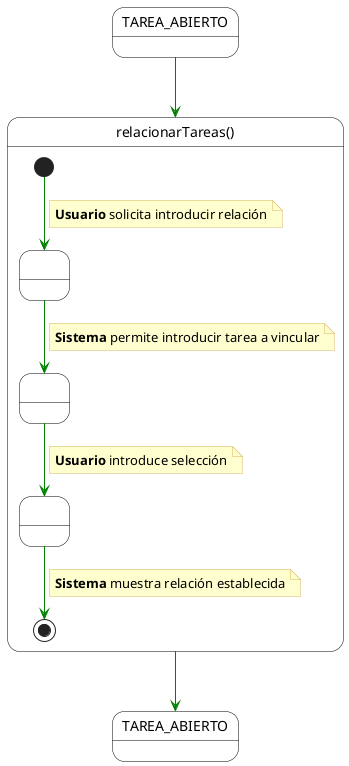
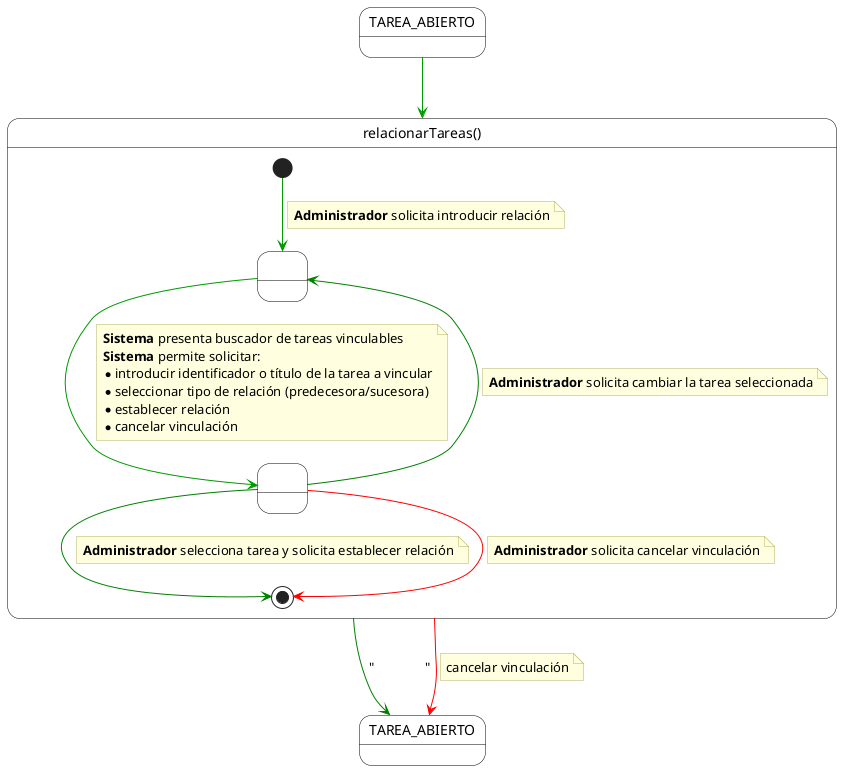
@startuml relacionarTareas
+ skinparam monochrome false
+ skinparam shadow false
+ top to bottom direction
+ 
skinparam state {
    BackgroundColor White
    BorderColor Black
-     ArrowColor #008000
- }
- skinparam note {
-     BackgroundColor #FEFECE
-     BorderColor #D7B75F
+     ArrowColor #009900
+     StartColor Black
+     EndColor Black
}

- state TAREA_ABIERTO
- state "TAREA_ABIERTO" as TAREA_ABIERTO_FINAL
+ skinparam note {
+     BackgroundColor #FFFFE0
+     BorderColor #B0B060
+     FontName Arial
+ }

- state "relacionarTareas()" as relacionarTareas {
-     state " " as Inicio <<start>>
-     state " " as Estado1
-     state " " as Estado2
-     state " " as Estado3
-     state " " as Fin <<end>>
+ state "TAREA_ABIERTO" as Inicio

-     ' Paso 1
-     Inicio --> Estado1
+ state "relacionarTareas()" as RelacionarTareasContainer {
+ 
+     state " " as EstadoFormulario
+     state " " as EstadoDecision
+ 
+     [*] --> EstadoFormulario
    note on link
-         <b>Usuario</b> solicita introducir relación
+         **Administrador** solicita introducir relación
    end note

-     ' Paso 2
-     Estado1 --> Estado2
+     EstadoFormulario --> EstadoDecision
    note on link
-         <b>Sistema</b> permite introducir tarea a vincular
+         **Sistema** presenta buscador de tareas vinculables
+         **Sistema** permite solicitar:
+         * introducir identificador o título de la tarea a vincular
+         * seleccionar tipo de relación (predecesora/sucesora)
+         * establecer relación
+         * cancelar vinculación
    end note

-     ' Paso 3 (Parte A: Usuario introduce)
-     Estado2 --> Estado3
+     EstadoDecision -[#green]up-> EstadoFormulario
    note on link
-         <b>Usuario</b> introduce selección
+         **Administrador** solicita cambiar la tarea seleccionada
    end note

-     ' Paso 3 (Parte B: Sistema muestra - Separado por estado intermedio)
-     Estado3 --> Fin
+     EstadoDecision -[#green]down-> [*]
    note on link
-         <b>Sistema</b> muestra relación establecida
+         **Administrador** selecciona tarea y solicita establecer relación
+     end note
+ 
+     EstadoDecision -[#red]down-> [*]
+     note on link
+         **Administrador** solicita cancelar vinculación
    end note
}

- ' El flujo vuelve al estado inicial (bucle)
- TAREA_ABIERTO --> relacionarTareas
- relacionarTareas --> TAREA_ABIERTO_FINAL
+ state "TAREA_ABIERTO" as FinTarea
+ 
+ Inicio --> RelacionarTareasContainer
+ 
+ RelacionarTareasContainer -[#green]-> FinTarea : "               "
+ 
+ RelacionarTareasContainer -[#red]down-> FinTarea
+ note on link
+     cancelar vinculación
+ end note

@enduml